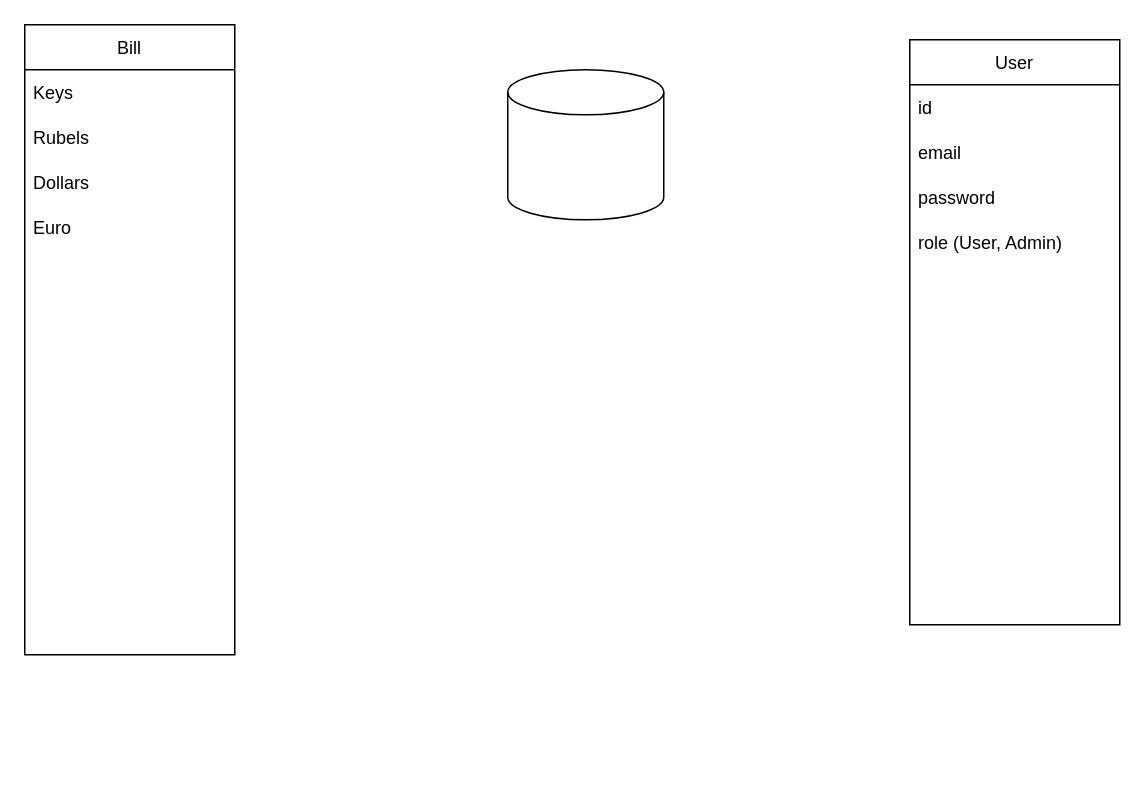
This is SQL Diagram.drawio from Process64/Beersite, a draw.io file, before an edit. Source tidied: cells renumbered, new cells numbered last; positions are measured from the earlier drawing's top-left corner, leaving out a move shared by most shapes. Both pictures are drawn from the tidied source at 150%, with x=0, y=0 at pixel (24, 24).
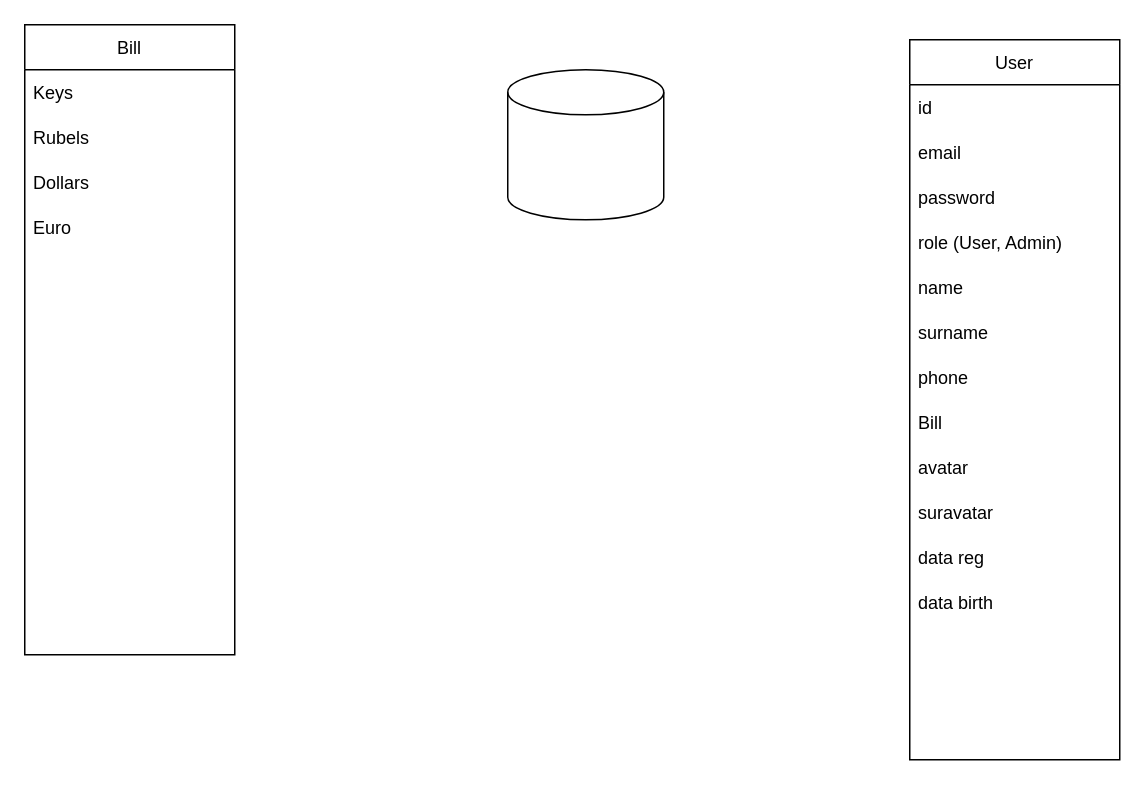
Above is the later version.

Change to the diagram source:
```diff
@@
     <mxCell id="3" value="User" style="swimlane;fontStyle=0;horizontal=1;startSize=30;" parent="1" vertex="1">
-      <mxGeometry x="590" y="10" width="140" height="390" as="geometry" />
+      <mxGeometry x="590" y="10" width="140" height="480" as="geometry" />
     </mxCell>
@@
-    <mxCell id="8" style="text;strokeColor=none;fillColor=none;align=left;verticalAlign=middle;spacingLeft=4;spacingRight=4;overflow=hidden;" parent="3" vertex="1">
+    <mxCell id="8" value="name" style="text;strokeColor=none;fillColor=none;align=left;verticalAlign=middle;spacingLeft=4;spacingRight=4;overflow=hidden;" parent="3" vertex="1">
       <mxGeometry y="150" width="140" height="30" as="geometry" />
     </mxCell>
-    <mxCell id="9" style="text;strokeColor=none;fillColor=none;align=left;verticalAlign=middle;spacingLeft=4;spacingRight=4;overflow=hidden;" parent="3" vertex="1">
+    <mxCell id="9" value="surname" style="text;strokeColor=none;fillColor=none;align=left;verticalAlign=middle;spacingLeft=4;spacingRight=4;overflow=hidden;" parent="3" vertex="1">
       <mxGeometry y="180" width="140" height="30" as="geometry" />
     </mxCell>
-    <mxCell id="10" style="text;strokeColor=none;fillColor=none;align=left;verticalAlign=middle;spacingLeft=4;spacingRight=4;overflow=hidden;" parent="3" vertex="1">
+    <mxCell id="10" value="phone" style="text;strokeColor=none;fillColor=none;align=left;verticalAlign=middle;spacingLeft=4;spacingRight=4;overflow=hidden;" parent="3" vertex="1">
       <mxGeometry y="210" width="140" height="30" as="geometry" />
     </mxCell>
-    <mxCell id="11" style="text;strokeColor=none;fillColor=none;align=left;verticalAlign=middle;spacingLeft=4;spacingRight=4;overflow=hidden;" parent="3" vertex="1">
+    <mxCell id="11" value="Bill" style="text;strokeColor=none;fillColor=none;align=left;verticalAlign=middle;spacingLeft=4;spacingRight=4;overflow=hidden;" parent="3" vertex="1">
       <mxGeometry y="240" width="140" height="30" as="geometry" />
     </mxCell>
-    <mxCell id="12" style="text;strokeColor=none;fillColor=none;align=left;verticalAlign=middle;spacingLeft=4;spacingRight=4;overflow=hidden;" parent="3" vertex="1">
+    <mxCell id="12" value="avatar" style="text;strokeColor=none;fillColor=none;align=left;verticalAlign=middle;spacingLeft=4;spacingRight=4;overflow=hidden;" parent="3" vertex="1">
       <mxGeometry y="270" width="140" height="30" as="geometry" />
     </mxCell>
-    <mxCell id="13" style="text;strokeColor=none;fillColor=none;align=left;verticalAlign=middle;spacingLeft=4;spacingRight=4;overflow=hidden;" parent="3" vertex="1">
+    <mxCell id="13" value="suravatar" style="text;strokeColor=none;fillColor=none;align=left;verticalAlign=middle;spacingLeft=4;spacingRight=4;overflow=hidden;" parent="3" vertex="1">
       <mxGeometry y="300" width="140" height="30" as="geometry" />
     </mxCell>
-    <mxCell id="14" style="text;strokeColor=none;fillColor=none;align=left;verticalAlign=middle;spacingLeft=4;spacingRight=4;overflow=hidden;" parent="3" vertex="1">
+    <mxCell id="14" value="data reg" style="text;strokeColor=none;fillColor=none;align=left;verticalAlign=middle;spacingLeft=4;spacingRight=4;overflow=hidden;" parent="3" vertex="1">
       <mxGeometry y="330" width="140" height="30" as="geometry" />
     </mxCell>
-    <mxCell id="15" style="text;strokeColor=none;fillColor=none;align=left;verticalAlign=middle;spacingLeft=4;spacingRight=4;overflow=hidden;" parent="3" vertex="1">
+    <mxCell id="15" value="data birth" style="text;strokeColor=none;fillColor=none;align=left;verticalAlign=middle;spacingLeft=4;spacingRight=4;overflow=hidden;" parent="3" vertex="1">
       <mxGeometry y="360" width="140" height="30" as="geometry" />
     </mxCell>
+    <mxCell id="30" style="text;strokeColor=none;fillColor=none;align=left;verticalAlign=middle;spacingLeft=4;spacingRight=4;overflow=hidden;" parent="3" vertex="1">
+      <mxGeometry y="390" width="140" height="30" as="geometry" />
+    </mxCell>
+    <mxCell id="31" style="text;strokeColor=none;fillColor=none;align=left;verticalAlign=middle;spacingLeft=4;spacingRight=4;overflow=hidden;" parent="3" vertex="1">
+      <mxGeometry y="420" width="140" height="30" as="geometry" />
+    </mxCell>
+    <mxCell id="32" style="text;strokeColor=none;fillColor=none;align=left;verticalAlign=middle;spacingLeft=4;spacingRight=4;overflow=hidden;" parent="3" vertex="1">
+      <mxGeometry y="450" width="140" height="30" as="geometry" />
+    </mxCell>
```
